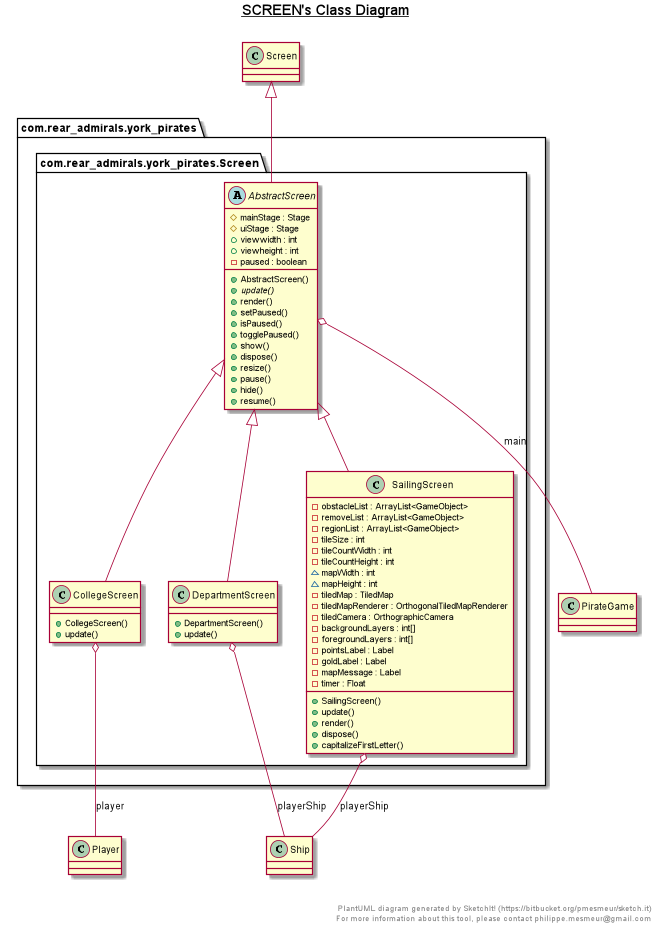
This is Images/Ass2UML/Screen.png from TaylorWillmott/SEPR, a PlantUML export, as it was before one commit.
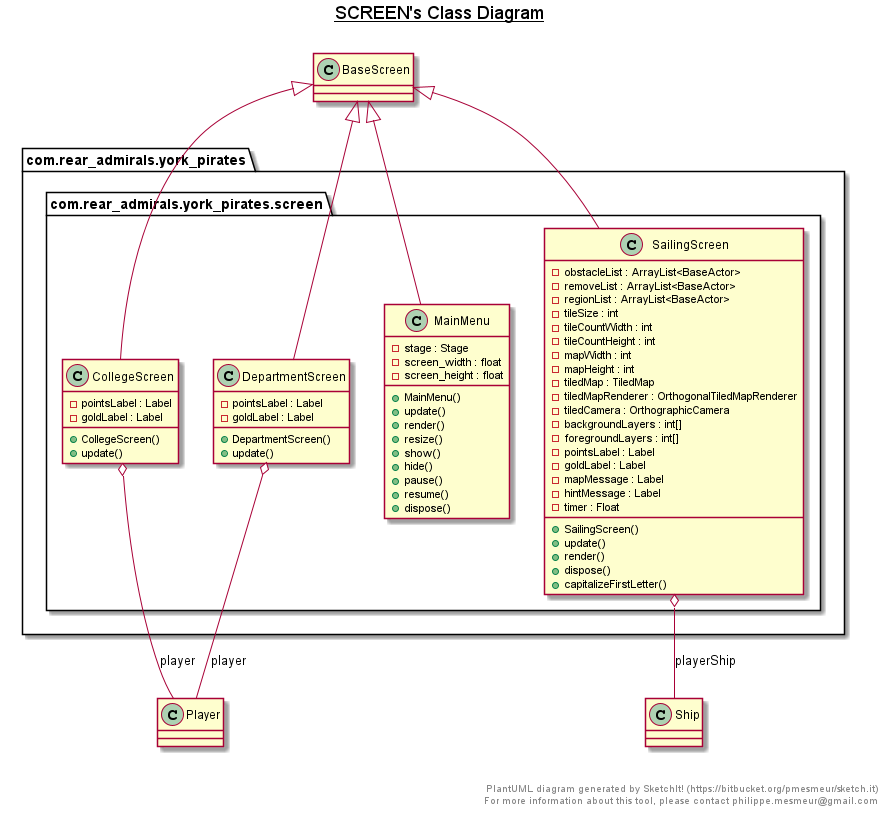
The same diagram one commit later.

Change to the diagram source:
```diff
@@ -3,33 +3,10 @@
 title __SCREEN's Class Diagram__\n
 
   package com.rear_admirals.york_pirates {
-    package com.rear_admirals.york_pirates.Screen {
-      abstract class AbstractScreen {
-          # mainStage : Stage
-          # uiStage : Stage
-          + viewwidth : int
-          + viewheight : int
-          - paused : boolean
-          + AbstractScreen()
-          {abstract} + update()
-          + render()
-          + setPaused()
-          + isPaused()
-          + togglePaused()
-          + show()
-          + dispose()
-          + resize()
-          + pause()
-          + hide()
-          + resume()
-      }
-    }
-  }
-
-
-  package com.rear_admirals.york_pirates {
-    package com.rear_admirals.york_pirates.Screen {
+    package com.rear_admirals.york_pirates.screen {
       class CollegeScreen {
+          - pointsLabel : Label
+          - goldLabel : Label
           + CollegeScreen()
           + update()
       }
@@ -38,8 +15,10 @@
 
 
   package com.rear_admirals.york_pirates {
-    package com.rear_admirals.york_pirates.Screen {
+    package com.rear_admirals.york_pirates.screen {
       class DepartmentScreen {
+          - pointsLabel : Label
+          - goldLabel : Label
           + DepartmentScreen()
           + update()
       }
@@ -48,16 +27,36 @@
 
 
   package com.rear_admirals.york_pirates {
-    package com.rear_admirals.york_pirates.Screen {
+    package com.rear_admirals.york_pirates.screen {
+      class MainMenu {
+          - stage : Stage
+          - screen_width : float
+          - screen_height : float
+          + MainMenu()
+          + update()
+          + render()
+          + resize()
+          + show()
+          + hide()
+          + pause()
+          + resume()
+          + dispose()
+      }
+    }
+  }
+
+
+  package com.rear_admirals.york_pirates {
+    package com.rear_admirals.york_pirates.screen {
       class SailingScreen {
-          - obstacleList : ArrayList<GameObject>
-          - removeList : ArrayList<GameObject>
-          - regionList : ArrayList<GameObject>
+          - obstacleList : ArrayList<BaseActor>
+          - removeList : ArrayList<BaseActor>
+          - regionList : ArrayList<BaseActor>
           - tileSize : int
           - tileCountWidth : int
           - tileCountHeight : int
-          ~ mapWidth : int
-          ~ mapHeight : int
+          - mapWidth : int
+          - mapHeight : int
           - tiledMap : TiledMap
           - tiledMapRenderer : OrthogonalTiledMapRenderer
           - tiledCamera : OrthographicCamera
@@ -66,6 +65,7 @@
           - pointsLabel : Label
           - goldLabel : Label
           - mapMessage : Label
+          - hintMessage : Label
           - timer : Float
           + SailingScreen()
           + update()
@@ -77,13 +77,12 @@
   }
 
 
-  AbstractScreen -up-|> Screen
-  AbstractScreen o-- PirateGame : main
-  CollegeScreen -up-|> AbstractScreen
+  CollegeScreen -up-|> BaseScreen
   CollegeScreen o-- Player : player
-  DepartmentScreen -up-|> AbstractScreen
-  DepartmentScreen o-- Ship : playerShip
-  SailingScreen -up-|> AbstractScreen
+  DepartmentScreen -up-|> BaseScreen
+  DepartmentScreen o-- Player : player
+  MainMenu -up-|> BaseScreen
+  SailingScreen -up-|> BaseScreen
   SailingScreen o-- Ship : playerShip
 
 
```
